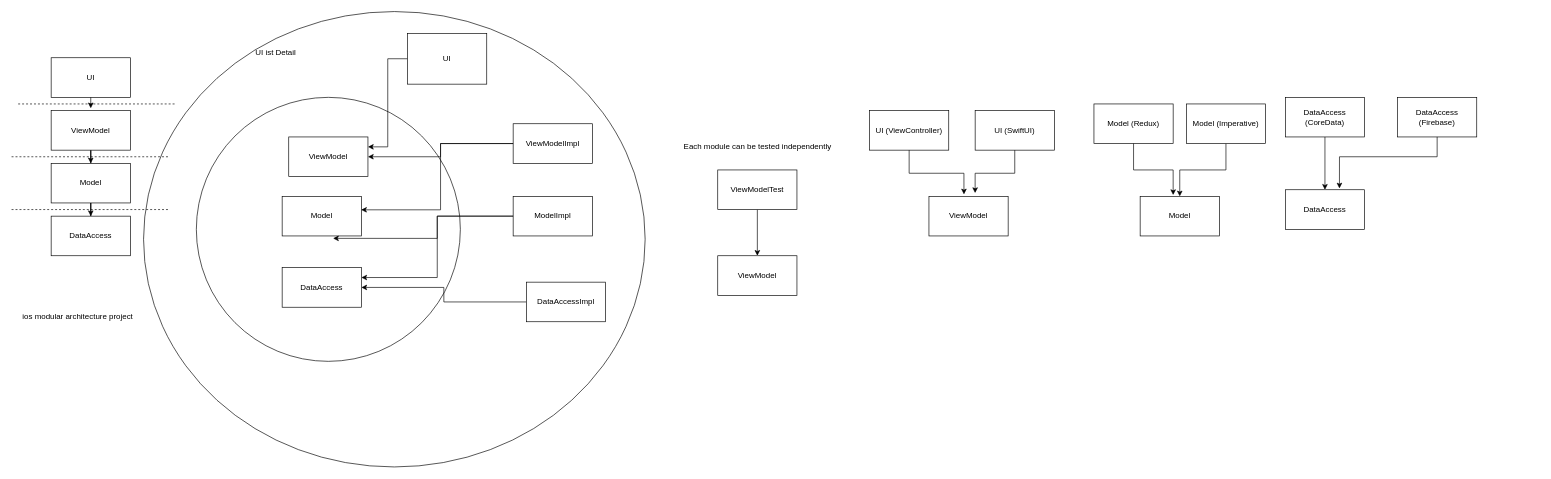
Before: todolist-app.drawio in yyasutakee/uml-todoapp, a draw.io diagram. Source tidied: cells renumbered, new cells numbered last; positions are measured from the earlier drawing's top-left corner, leaving out a move shared by most shapes. Both pictures are drawn from the tidied source at 66%, with x=0, y=0 at pixel (11, 11).
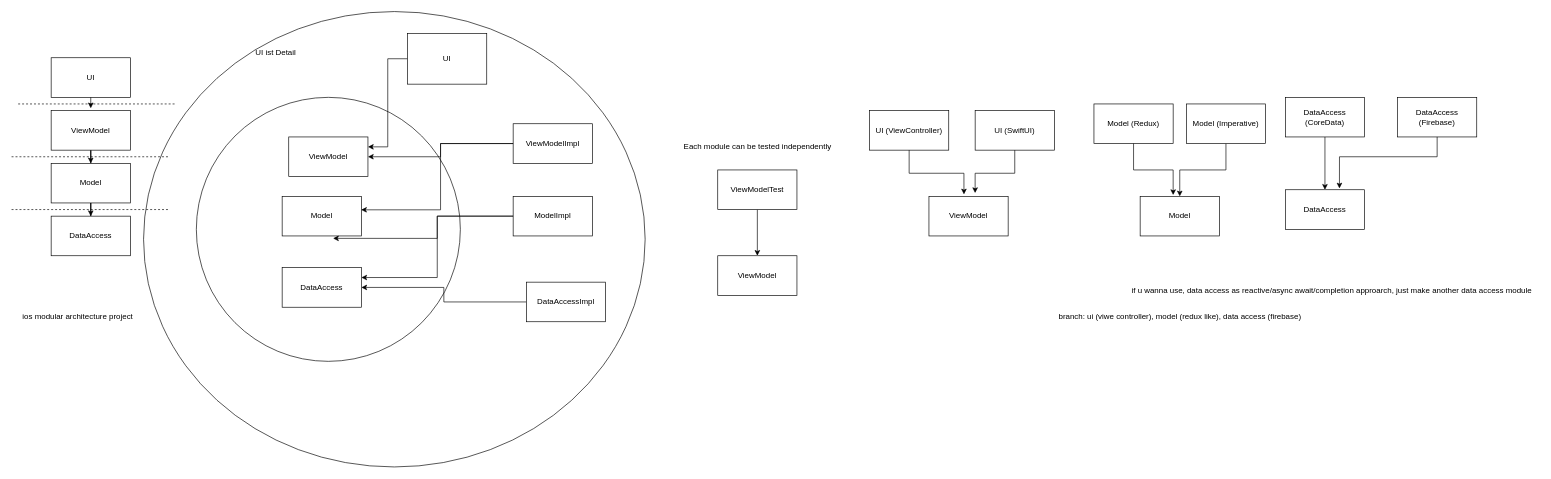
Above is the later version.

The edit, as a diff of the source:
```diff
@@
+    <mxCell id="48" value="if u wanna use, data access as reactive/async await/completion approarch, just make another data access module" style="text;html=1;align=center;verticalAlign=middle;strokeColor=none;fillColor=none;" parent="1" vertex="1">
+      <mxGeometry x="1685" y="408" width="630" height="30" as="geometry" />
+    </mxCell>
+    <mxCell id="49" value="branch: ui (viwe controller), model (redux like), data access (firebase)" style="text;html=1;align=center;verticalAlign=middle;strokeColor=none;fillColor=none;" parent="1" vertex="1">
+      <mxGeometry x="1575" y="448" width="390" height="30" as="geometry" />
+    </mxCell>
```
